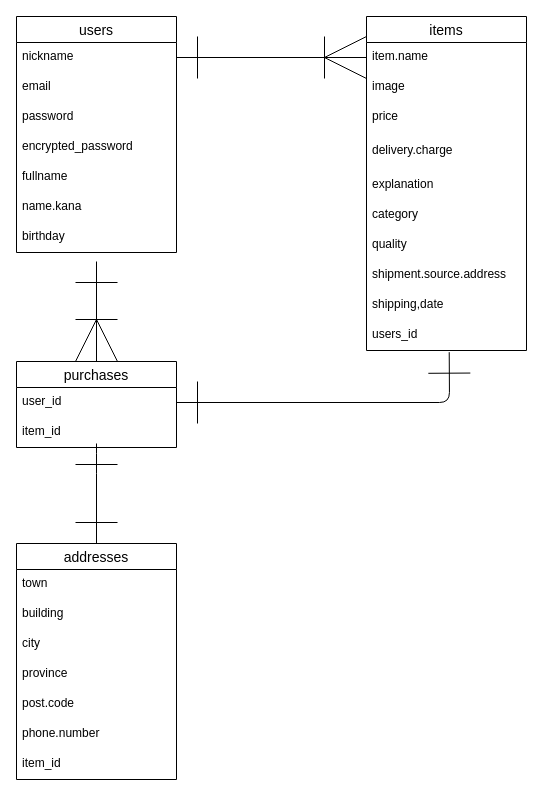
Before: furimaER.dio in xyusukex/furima-38127, a draw.io diagram. Source tidied: cells renumbered, new cells numbered last; positions are measured from the earlier drawing's top-left corner, leaving out a move shared by most shapes. Both pictures are drawn from the tidied source at 100%, with x=0, y=0 at pixel (16, 16).
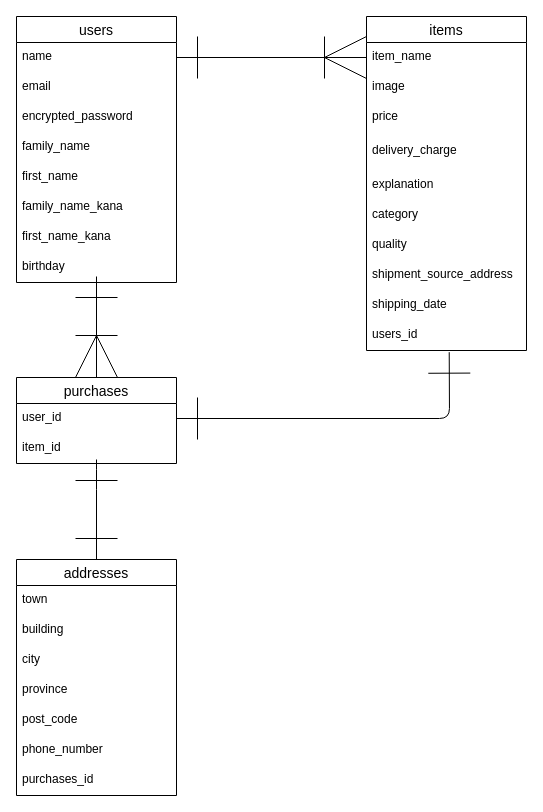
After the change.

Commit message (it also covers changes not shown here):
ER図・README修正

Unchanged cells that the change refers to:
```xml
<mxCell id="10" value="items" style="swimlane;fontStyle=0;horizontal=1;startSize=26;align=center;fontSize=14;" parent="1" vertex="1">
  <mxGeometry x="350" width="160" height="334" as="geometry" />
</mxCell>
<mxCell id="20" value="users_id" style="text;strokeColor=none;fillColor=none;spacingLeft=4;spacingRight=4;overflow=hidden;points=[[0,0.5],[1,0.5]];portConstraint=eastwest;fontSize=12;" parent="10" vertex="1">
  <mxGeometry y="304" width="160" height="30" as="geometry" />
</mxCell>
<mxCell id="22" value="user_id" style="text;strokeColor=none;fillColor=none;spacingLeft=4;spacingRight=4;overflow=hidden;points=[[0,0.5],[1,0.5]];portConstraint=eastwest;fontSize=12;" parent="21" vertex="1">
  <mxGeometry y="26" width="160" height="30" as="geometry" />
</mxCell>
```

What changed in the source:
```diff
@@
     <mxCell id="2" value="users" style="swimlane;fontStyle=0;horizontal=1;startSize=26;align=center;fontSize=14;" parent="1" vertex="1">
-      <mxGeometry width="160" height="236" as="geometry" />
+      <mxGeometry width="160" height="266" as="geometry" />
     </mxCell>
-    <mxCell id="3" value="nickname" style="text;strokeColor=none;fillColor=none;spacingLeft=4;spacingRight=4;overflow=hidden;points=[[0,0.5],[1,0.5]];portConstraint=eastwest;fontSize=12;" parent="2" vertex="1">
+    <mxCell id="3" value="name" style="text;strokeColor=none;fillColor=none;spacingLeft=4;spacingRight=4;overflow=hidden;points=[[0,0.5],[1,0.5]];portConstraint=eastwest;fontSize=12;" parent="2" vertex="1">
       <mxGeometry y="26" width="160" height="30" as="geometry" />
     </mxCell>
@@
-    <mxCell id="5" value="password" style="text;strokeColor=none;fillColor=none;spacingLeft=4;spacingRight=4;overflow=hidden;fontSize=12;" parent="2" vertex="1">
-      <mxGeometry y="86" width="160" height="30" as="geometry" />
-    </mxCell>
     <mxCell id="6" value="encrypted_password" style="text;strokeColor=none;fillColor=none;spacingLeft=4;spacingRight=4;overflow=hidden;fontSize=12;" parent="2" vertex="1">
-      <mxGeometry y="116" width="160" height="30" as="geometry" />
+      <mxGeometry y="86" width="160" height="30" as="geometry" />
     </mxCell>
-    <mxCell id="7" value="fullname" style="text;strokeColor=none;fillColor=none;spacingLeft=4;spacingRight=4;overflow=hidden;fontSize=12;" parent="2" vertex="1">
-      <mxGeometry y="146" width="160" height="30" as="geometry" />
+    <mxCell id="7" value="family_name" style="text;strokeColor=none;fillColor=none;spacingLeft=4;spacingRight=4;overflow=hidden;fontSize=12;" parent="2" vertex="1">
+      <mxGeometry y="116" width="160" height="30" as="geometry" />
     </mxCell>
-    <mxCell id="8" value="name.kana" style="text;strokeColor=none;fillColor=none;spacingLeft=4;spacingRight=4;overflow=hidden;fontSize=12;" parent="2" vertex="1">
-      <mxGeometry y="176" width="160" height="30" as="geometry" />
+    <mxCell id="8" value="first_name" style="text;strokeColor=none;fillColor=none;spacingLeft=4;spacingRight=4;overflow=hidden;fontSize=12;" parent="2" vertex="1">
+      <mxGeometry y="146" width="160" height="30" as="geometry" />
     </mxCell>
+    <mxCell id="36" value="family_name_kana" style="text;strokeColor=none;fillColor=none;spacingLeft=4;spacingRight=4;overflow=hidden;fontSize=12;" parent="2" vertex="1">
+      <mxGeometry y="176" width="160" height="30" as="geometry" />
+    </mxCell>
+    <mxCell id="37" value="first_name_kana" style="text;strokeColor=none;fillColor=none;spacingLeft=4;spacingRight=4;overflow=hidden;fontSize=12;" parent="2" vertex="1">
+      <mxGeometry y="206" width="160" height="30" as="geometry" />
+    </mxCell>
     <mxCell id="9" value="birthday" style="text;strokeColor=none;fillColor=none;spacingLeft=4;spacingRight=4;overflow=hidden;fontSize=12;" parent="2" vertex="1">
-      <mxGeometry y="206" width="160" height="30" as="geometry" />
+      <mxGeometry y="236" width="160" height="30" as="geometry" />
     </mxCell>
@@
-    <mxCell id="11" value="item.name" style="text;strokeColor=none;fillColor=none;spacingLeft=4;spacingRight=4;overflow=hidden;points=[[0,0.5],[1,0.5]];portConstraint=eastwest;fontSize=12;" parent="10" vertex="1">
+    <mxCell id="11" value="item_name" style="text;strokeColor=none;fillColor=none;spacingLeft=4;spacingRight=4;overflow=hidden;points=[[0,0.5],[1,0.5]];portConstraint=eastwest;fontSize=12;" parent="10" vertex="1">
       <mxGeometry y="26" width="160" height="30" as="geometry" />
     </mxCell>
@@
-    <mxCell id="14" value="delivery.charge" style="text;strokeColor=none;fillColor=none;spacingLeft=4;spacingRight=4;overflow=hidden;fontSize=12;" parent="10" vertex="1">
+    <mxCell id="14" value="delivery_charge" style="text;strokeColor=none;fillColor=none;spacingLeft=4;spacingRight=4;overflow=hidden;fontSize=12;" parent="10" vertex="1">
       <mxGeometry y="120" width="160" height="34" as="geometry" />
     </mxCell>
@@
-    <mxCell id="18" value="shipment.source.address" style="text;strokeColor=none;fillColor=none;spacingLeft=4;spacingRight=4;overflow=hidden;fontSize=12;" parent="10" vertex="1">
+    <mxCell id="18" value="shipment_source_address" style="text;strokeColor=none;fillColor=none;spacingLeft=4;spacingRight=4;overflow=hidden;fontSize=12;" parent="10" vertex="1">
       <mxGeometry y="244" width="160" height="30" as="geometry" />
     </mxCell>
-    <mxCell id="19" value="shipping,date" style="text;strokeColor=none;fillColor=none;spacingLeft=4;spacingRight=4;overflow=hidden;fontSize=12;" parent="10" vertex="1">
+    <mxCell id="19" value="shipping_date" style="text;strokeColor=none;fillColor=none;spacingLeft=4;spacingRight=4;overflow=hidden;fontSize=12;" parent="10" vertex="1">
       <mxGeometry y="274" width="160" height="30" as="geometry" />
     </mxCell>
@@
     <mxCell id="21" value="purchases" style="swimlane;fontStyle=0;horizontal=1;startSize=26;align=center;fontSize=14;" parent="1" vertex="1">
-      <mxGeometry y="345" width="160" height="86" as="geometry" />
+      <mxGeometry y="361" width="160" height="86" as="geometry" />
     </mxCell>
@@
     <mxCell id="24" value="addresses" style="swimlane;fontStyle=0;horizontal=1;startSize=26;align=center;fontSize=14;" parent="1" vertex="1">
-      <mxGeometry y="527" width="160" height="236" as="geometry" />
+      <mxGeometry y="543" width="160" height="236" as="geometry" />
     </mxCell>
@@
-    <mxCell id="29" value="post.code" style="text;strokeColor=none;fillColor=none;spacingLeft=4;spacingRight=4;overflow=hidden;fontSize=12;" parent="24" vertex="1">
+    <mxCell id="29" value="post_code" style="text;strokeColor=none;fillColor=none;spacingLeft=4;spacingRight=4;overflow=hidden;fontSize=12;" parent="24" vertex="1">
       <mxGeometry y="146" width="160" height="30" as="geometry" />
     </mxCell>
-    <mxCell id="30" value="phone.number" style="text;strokeColor=none;fillColor=none;spacingLeft=4;spacingRight=4;overflow=hidden;fontSize=12;" parent="24" vertex="1">
+    <mxCell id="30" value="phone_number" style="text;strokeColor=none;fillColor=none;spacingLeft=4;spacingRight=4;overflow=hidden;fontSize=12;" parent="24" vertex="1">
       <mxGeometry y="176" width="160" height="30" as="geometry" />
     </mxCell>
-    <mxCell id="31" value="item_id" style="text;strokeColor=none;fillColor=none;spacingLeft=4;spacingRight=4;overflow=hidden;fontSize=12;" parent="24" vertex="1">
+    <mxCell id="31" value="purchases_id" style="text;strokeColor=none;fillColor=none;spacingLeft=4;spacingRight=4;overflow=hidden;fontSize=12;" parent="24" vertex="1">
       <mxGeometry y="206" width="160" height="30" as="geometry" />
     </mxCell>
@@
-    <mxCell id="33" style="edgeStyle=none;html=1;endArrow=ERoneToMany;endFill=0;strokeWidth=1;endSize=40;entryX=0.5;entryY=0;entryDx=0;entryDy=0;exitX=0.5;exitY=1.067;exitDx=0;exitDy=0;exitPerimeter=0;startArrow=ERone;startFill=0;startSize=40;" parent="1" edge="1" target="21">
+    <mxCell id="33" style="edgeStyle=none;html=1;endArrow=ERoneToMany;endFill=0;strokeWidth=1;endSize=40;entryX=0.5;entryY=0;entryDx=0;entryDy=0;startArrow=ERone;startFill=0;startSize=40;" parent="1" edge="1" target="21">
       <mxGeometry relative="1" as="geometry">
-        <mxPoint x="80" y="245" as="sourcePoint" />
+        <mxPoint x="80" y="260" as="sourcePoint" />
       </mxGeometry>
     </mxCell>
     <mxCell id="34" style="edgeStyle=none;html=1;endArrow=ERone;endFill=0;endSize=40;strokeWidth=1;entryX=1;entryY=0.5;entryDx=0;entryDy=0;exitX=0.517;exitY=1.056;exitDx=0;exitDy=0;startArrow=ERone;startFill=0;startSize=40;exitPerimeter=0;" parent="1" edge="1" source="20" target="22">
       <mxGeometry relative="1" as="geometry">
         <Array as="points">
-          <mxPoint x="433" y="386" />
+          <mxPoint x="433" y="402" />
         </Array>
       </mxGeometry>
     </mxCell>
     <mxCell id="35" style="edgeStyle=none;html=1;endArrow=ERone;endFill=0;endSize=40;strokeWidth=1;exitX=0.5;exitY=0;exitDx=0;exitDy=0;startArrow=ERone;startFill=0;startSize=40;" parent="1" edge="1" source="24">
       <mxGeometry relative="1" as="geometry">
-        <mxPoint x="80" y="427" as="targetPoint" />
+        <mxPoint x="80" y="443" as="targetPoint" />
         <Array as="points">
-          <mxPoint x="80" y="447" />
+          <mxPoint x="80" y="463" />
         </Array>
       </mxGeometry>
     </mxCell>
```
